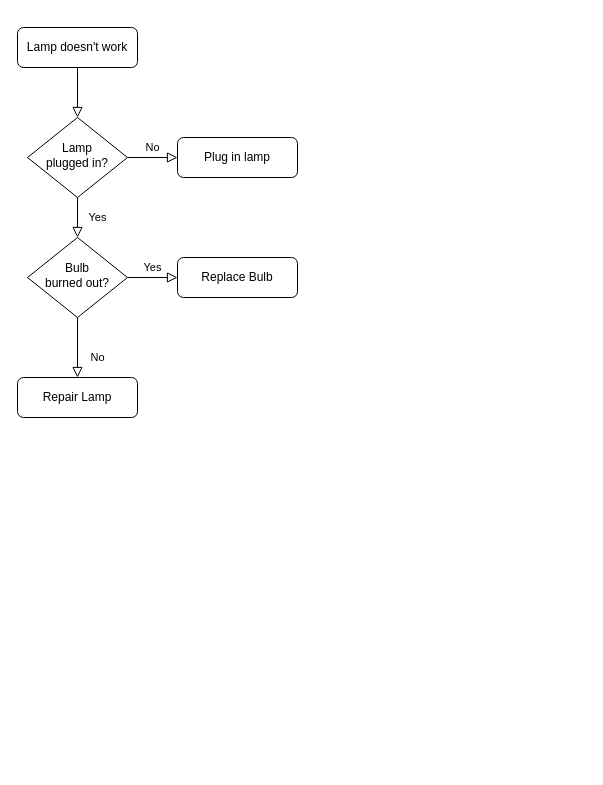
wzcsuxy/spinecenter keeps this draw.io diagram as 未命名绘图.drawio. Above is the earlier version. Source tidied: cells renumbered, new cells numbered last; positions are measured from the earlier drawing's top-left corner, leaving out a move shared by most shapes. Both pictures are drawn from the tidied source at 100%, with x=0, y=0 at pixel (17, 27).
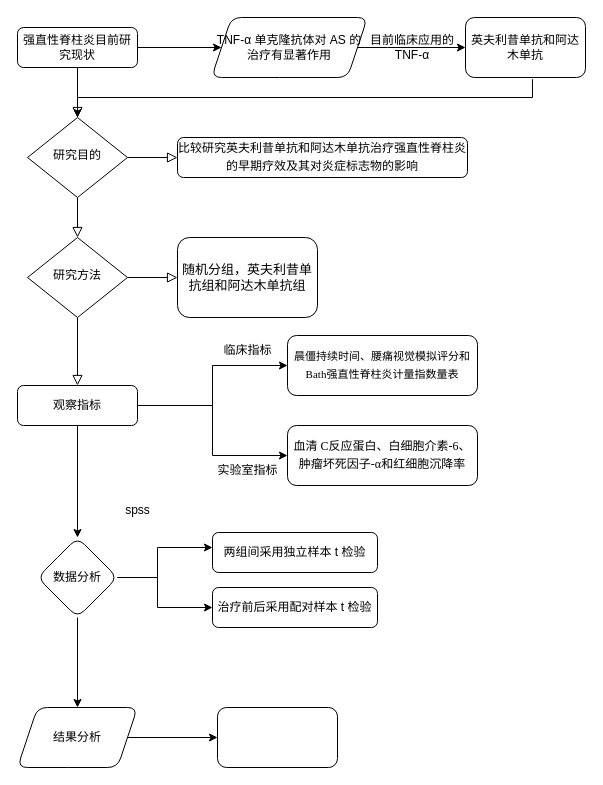
The same page after the edit.

Commit message:
更新未命名绘图.drawio

What changed in the source:
```diff
@@
-    <mxCell id="2" style="rounded=0;html=1;jettySize=auto;fontSize=11;endArrow=block;endFill=0;endSize=8;strokeWidth=1;shadow=0;labelBackgroundColor=none;edgeStyle=orthogonalEdgeStyle;" parent="1" edge="1" source="3" target="6">
-      <mxGeometry relative="1" as="geometry" />
+    <mxCell id="2" style="rounded=0;html=1;jettySize=auto;fontSize=11;endArrow=block;endFill=0;endSize=8;strokeWidth=1;shadow=0;labelBackgroundColor=none;edgeStyle=orthogonalEdgeStyle;exitX=0.558;exitY=1.028;exitDx=0;exitDy=0;exitPerimeter=0;" parent="1" edge="1" source="20" target="6">
+      <mxGeometry relative="1" as="geometry">
+        <Array as="points">
+          <mxPoint x="515" y="70" />
+          <mxPoint x="60" y="70" />
+        </Array>
+      </mxGeometry>
     </mxCell>
+    <mxCell id="13" style="edgeStyle=orthogonalEdgeStyle;rounded=0;jettySize=auto;html=1;" parent="1" edge="1" source="3" target="19">
+      <mxGeometry relative="1" as="geometry" />
+    </mxCell>
+    <mxCell id="14" style="edgeStyle=orthogonalEdgeStyle;rounded=0;jettySize=auto;html=1;" parent="1" edge="1" source="3" target="6">
+      <mxGeometry relative="1" as="geometry" />
+    </mxCell>
-    <mxCell id="3" value="Lamp doesn't work" style="rounded=1;whiteSpace=wrap;html=1;fontSize=12;glass=0;strokeWidth=1;shadow=0;" parent="1" vertex="1">
+    <mxCell id="3" value="强直性脊柱炎目前研究现状" style="rounded=1;whiteSpace=wrap;html=1;fontSize=12;glass=0;strokeWidth=1;shadow=0;" parent="1" vertex="1">
       <mxGeometry width="120" height="40" as="geometry" />
     </mxCell>
-    <mxCell id="4" value="Yes" style="rounded=0;html=1;jettySize=auto;fontSize=11;endArrow=block;endFill=0;endSize=8;strokeWidth=1;shadow=0;labelBackgroundColor=none;edgeStyle=orthogonalEdgeStyle;" parent="1" edge="1" source="6" target="10">
+    <mxCell id="4" style="rounded=0;html=1;jettySize=auto;fontSize=11;endArrow=block;endFill=0;endSize=8;strokeWidth=1;shadow=0;labelBackgroundColor=none;edgeStyle=orthogonalEdgeStyle;" parent="1" edge="1" source="6" target="10">
       <mxGeometry y="20" relative="1" as="geometry" />
     </mxCell>
-    <mxCell id="5" value="No" style="edgeStyle=orthogonalEdgeStyle;rounded=0;html=1;jettySize=auto;fontSize=11;endArrow=block;endFill=0;endSize=8;strokeWidth=1;shadow=0;labelBackgroundColor=none;" parent="1" edge="1" source="6" target="7">
+    <mxCell id="5" style="edgeStyle=orthogonalEdgeStyle;rounded=0;html=1;jettySize=auto;fontSize=11;endArrow=block;endFill=0;endSize=8;strokeWidth=1;shadow=0;labelBackgroundColor=none;" parent="1" edge="1" source="6" target="7">
       <mxGeometry y="10" relative="1" as="geometry" />
     </mxCell>
-    <mxCell id="6" value="Lamp&lt;br&gt;plugged in?" style="rhombus;whiteSpace=wrap;html=1;shadow=0;fontFamily=Helvetica;fontSize=12;align=center;strokeWidth=1;spacing=6;spacingTop=-4;" parent="1" vertex="1">
+    <mxCell id="6" value="研究目的" style="rhombus;whiteSpace=wrap;html=1;shadow=0;fontFamily=Helvetica;fontSize=12;align=center;strokeWidth=1;spacing=6;spacingTop=-4;" parent="1" vertex="1">
       <mxGeometry x="10" y="90" width="100" height="80" as="geometry" />
     </mxCell>
-    <mxCell id="7" value="Plug in lamp" style="rounded=1;whiteSpace=wrap;html=1;fontSize=12;glass=0;strokeWidth=1;shadow=0;" parent="1" vertex="1">
-      <mxGeometry x="160" y="110" width="120" height="40" as="geometry" />
+    <mxCell id="7" value="比较研究英夫利昔单抗和阿达木单抗治疗强直性脊柱炎的早期疗效及其对炎症标志物的影响&lt;span style=&quot;font-size: medium; text-align: start;&quot;&gt;&lt;/span&gt;" style="rounded=1;whiteSpace=wrap;html=1;fontSize=12;glass=0;strokeWidth=1;shadow=0;" parent="1" vertex="1">
+      <mxGeometry x="160" y="110" width="290" height="40" as="geometry" />
     </mxCell>
-    <mxCell id="8" value="No" style="rounded=0;html=1;jettySize=auto;fontSize=11;endArrow=block;endFill=0;endSize=8;strokeWidth=1;shadow=0;labelBackgroundColor=none;edgeStyle=orthogonalEdgeStyle;" parent="1" edge="1" source="10" target="11">
+    <mxCell id="8" style="rounded=0;html=1;jettySize=auto;fontSize=11;endArrow=block;endFill=0;endSize=8;strokeWidth=1;shadow=0;labelBackgroundColor=none;edgeStyle=orthogonalEdgeStyle;" parent="1" edge="1" source="10" target="11">
       <mxGeometry x="0.33" y="20" relative="1" as="geometry" />
     </mxCell>
-    <mxCell id="9" value="Yes" style="edgeStyle=orthogonalEdgeStyle;rounded=0;html=1;jettySize=auto;fontSize=11;endArrow=block;endFill=0;endSize=8;strokeWidth=1;shadow=0;labelBackgroundColor=none;" parent="1" edge="1" source="10" target="12">
+    <mxCell id="9" style="edgeStyle=orthogonalEdgeStyle;rounded=0;html=1;jettySize=auto;fontSize=11;endArrow=block;endFill=0;endSize=8;strokeWidth=1;shadow=0;labelBackgroundColor=none;" parent="1" edge="1" source="10" target="12">
       <mxGeometry y="10" relative="1" as="geometry" />
     </mxCell>
-    <mxCell id="10" value="Bulb&lt;br&gt;burned out?" style="rhombus;whiteSpace=wrap;html=1;shadow=0;fontFamily=Helvetica;fontSize=12;align=center;strokeWidth=1;spacing=6;spacingTop=-4;" parent="1" vertex="1">
+    <mxCell id="10" value="研究方法" style="rhombus;whiteSpace=wrap;html=1;shadow=0;fontFamily=Helvetica;fontSize=12;align=center;strokeWidth=1;spacing=6;spacingTop=-4;" parent="1" vertex="1">
       <mxGeometry x="10" y="210" width="100" height="80" as="geometry" />
     </mxCell>
+    <mxCell id="15" style="edgeStyle=orthogonalEdgeStyle;rounded=0;jettySize=auto;html=1;" parent="1" edge="1" source="11" target="22">
+      <mxGeometry relative="1" as="geometry" />
+    </mxCell>
+    <mxCell id="16" style="edgeStyle=orthogonalEdgeStyle;rounded=0;jettySize=auto;html=1;entryX=0;entryY=0.5;entryDx=0;entryDy=0;" parent="1" edge="1" source="11" target="24">
+      <mxGeometry relative="1" as="geometry" />
+    </mxCell>
+    <mxCell id="17" style="edgeStyle=orthogonalEdgeStyle;rounded=0;jettySize=auto;html=1;" parent="1" edge="1" source="11" target="29">
+      <mxGeometry relative="1" as="geometry" />
+    </mxCell>
-    <mxCell id="11" value="Repair Lamp" style="rounded=1;whiteSpace=wrap;html=1;fontSize=12;glass=0;strokeWidth=1;shadow=0;" parent="1" vertex="1">
-      <mxGeometry y="350" width="120" height="40" as="geometry" />
+    <mxCell id="11" value="观察指标" style="rounded=1;whiteSpace=wrap;html=1;fontSize=12;glass=0;strokeWidth=1;shadow=0;" parent="1" vertex="1">
+      <mxGeometry y="358" width="120" height="40" as="geometry" />
     </mxCell>
-    <mxCell id="12" value="Replace Bulb" style="rounded=1;whiteSpace=wrap;html=1;fontSize=12;glass=0;strokeWidth=1;shadow=0;" parent="1" vertex="1">
-      <mxGeometry x="160" y="230" width="120" height="40" as="geometry" />
+    <mxCell id="12" value="&lt;div style=&quot;text-align: center;&quot;&gt;&lt;span style=&quot;font-family: 宋体; text-align: start; font-size: 13px; background-color: transparent;&quot;&gt;随机分组，英夫利昔单抗组和阿达木单抗组&lt;/span&gt;&lt;/div&gt;&lt;span style=&quot;font-size: medium; text-align: start;&quot;&gt;&lt;/span&gt;" style="rounded=1;whiteSpace=wrap;html=1;fontSize=12;glass=0;strokeWidth=1;shadow=0;" parent="1" vertex="1">
+      <mxGeometry x="160" y="210" width="140" height="80" as="geometry" />
     </mxCell>
+    <mxCell id="18" style="edgeStyle=orthogonalEdgeStyle;rounded=0;jettySize=auto;html=1;" parent="1" edge="1" source="19" target="20">
+      <mxGeometry relative="1" as="geometry">
+        <Array as="points">
+          <mxPoint x="370" y="20" />
+          <mxPoint x="370" y="20" />
+        </Array>
+      </mxGeometry>
+    </mxCell>
+    <mxCell id="19" value="TNF-α 单克隆抗体对 AS 的治疗有显著作用" style="shape=parallelogram;perimeter=parallelogramPerimeter;whiteSpace=wrap;html=1;fixedSize=1;rounded=1;glass=0;strokeWidth=1;shadow=0;" parent="1" vertex="1">
+      <mxGeometry x="194" y="-10" width="156" height="60" as="geometry" />
+    </mxCell>
+    <mxCell id="20" value="英夫利昔单抗和阿达木单抗" style="rounded=1;whiteSpace=wrap;html=1;glass=0;strokeWidth=1;shadow=0;" parent="1" vertex="1">
+      <mxGeometry x="448" y="-10" width="120" height="60" as="geometry" />
+    </mxCell>
+    <mxCell id="21" value="目前临床应用的TNF-α" style="text;strokeColor=none;align=center;fillColor=none;html=1;verticalAlign=middle;whiteSpace=wrap;rounded=0;" parent="1" vertex="1">
+      <mxGeometry x="350" y="5" width="90" height="30" as="geometry" />
+    </mxCell>
+    <mxCell id="22" value="&lt;font style=&quot;font-size: 11px;&quot;&gt;晨僵持续时间、腰痛视觉模拟评分和&lt;span style=&quot;text-align: start; font-family: &amp;quot;Times New Roman&amp;quot;, serif; font-size: 11px;&quot; lang=&quot;EN-US&quot;&gt;Bath&lt;/span&gt;&lt;span style=&quot;text-align: start; font-family: 宋体; font-size: 11px;&quot;&gt;强直性脊柱炎计量指数量表&lt;/span&gt;&lt;/font&gt;&lt;span style=&quot;font-size: medium; text-align: start;&quot;&gt;&lt;/span&gt;" style="whiteSpace=wrap;html=1;rounded=1;glass=0;strokeWidth=1;shadow=0;" parent="1" vertex="1">
+      <mxGeometry x="270" y="308" width="190" height="60" as="geometry" />
+    </mxCell>
+    <mxCell id="23" value="临床指标" style="text;html=1;align=center;verticalAlign=middle;strokeColor=none;fillColor=none;" parent="1" vertex="1">
+      <mxGeometry x="195" y="308" width="70" height="30" as="geometry" />
+    </mxCell>
+    <mxCell id="24" value="&lt;font style=&quot;font-size: 12px;&quot;&gt;血清&lt;span style=&quot;text-align: start; font-family: &amp;quot;Times New Roman&amp;quot;, serif;&quot; lang=&quot;EN-US&quot;&gt; C&lt;/span&gt;&lt;span style=&quot;text-align: start; font-family: 宋体;&quot;&gt;反应蛋白、白细胞介素&lt;/span&gt;&lt;span style=&quot;text-align: start; font-family: &amp;quot;Times New Roman&amp;quot;, serif;&quot; lang=&quot;EN-US&quot;&gt;-6&lt;/span&gt;&lt;span style=&quot;text-align: start; font-family: 宋体;&quot;&gt;、肿瘤坏死因子&lt;/span&gt;&lt;span style=&quot;text-align: start; font-family: &amp;quot;Times New Roman&amp;quot;, serif;&quot; lang=&quot;EN-US&quot;&gt;-α&lt;/span&gt;&lt;span style=&quot;text-align: start; font-family: 宋体;&quot;&gt;和红细胞沉降率&lt;/span&gt;&lt;/font&gt;&lt;span style=&quot;font-size: medium; text-align: start;&quot;&gt;&lt;/span&gt;" style="whiteSpace=wrap;html=1;rounded=1;glass=0;strokeWidth=1;shadow=0;" parent="1" vertex="1">
+      <mxGeometry x="270" y="398" width="190" height="60" as="geometry" />
+    </mxCell>
+    <mxCell id="25" value="实验室指标" style="text;html=1;align=center;verticalAlign=middle;strokeColor=none;fillColor=none;" parent="1" vertex="1">
+      <mxGeometry x="190" y="428" width="80" height="30" as="geometry" />
+    </mxCell>
+    <mxCell id="26" style="edgeStyle=orthogonalEdgeStyle;rounded=0;jettySize=auto;html=1;" parent="1" edge="1" source="29" target="31">
+      <mxGeometry relative="1" as="geometry">
+        <Array as="points">
+          <mxPoint x="140" y="550" />
+          <mxPoint x="140" y="520" />
+        </Array>
+      </mxGeometry>
+    </mxCell>
+    <mxCell id="27" style="edgeStyle=orthogonalEdgeStyle;rounded=0;jettySize=auto;html=1;" parent="1" edge="1" source="29" target="32">
+      <mxGeometry relative="1" as="geometry">
+        <Array as="points">
+          <mxPoint x="140" y="550" />
+        </Array>
+      </mxGeometry>
+    </mxCell>
+    <mxCell id="28" style="edgeStyle=orthogonalEdgeStyle;rounded=0;jettySize=auto;html=1;" parent="1" edge="1" source="29" target="34">
+      <mxGeometry relative="1" as="geometry" />
+    </mxCell>
+    <mxCell id="29" value="数据分析" style="rhombus;whiteSpace=wrap;html=1;rounded=1;glass=0;strokeWidth=1;shadow=0;" parent="1" vertex="1">
+      <mxGeometry x="20" y="510" width="80" height="80" as="geometry" />
+    </mxCell>
+    <mxCell id="30" value="spss" style="text;html=1;align=center;verticalAlign=middle;strokeColor=none;fillColor=none;" parent="1" vertex="1">
+      <mxGeometry x="95" y="468" width="50" height="30" as="geometry" />
+    </mxCell>
+    <mxCell id="31" value="两组间采用独立样本 t 检验" style="whiteSpace=wrap;html=1;rounded=1;glass=0;strokeWidth=1;shadow=0;" parent="1" vertex="1">
+      <mxGeometry x="195" y="505" width="165" height="40" as="geometry" />
+    </mxCell>
+    <mxCell id="32" value="治疗前后采用配对样本 t 检验" style="whiteSpace=wrap;html=1;rounded=1;glass=0;strokeWidth=1;shadow=0;" parent="1" vertex="1">
+      <mxGeometry x="195" y="560" width="165" height="40" as="geometry" />
+    </mxCell>
+    <mxCell id="33" style="edgeStyle=orthogonalEdgeStyle;rounded=0;jettySize=auto;html=1;" parent="1" edge="1" source="34" target="35">
+      <mxGeometry relative="1" as="geometry" />
+    </mxCell>
+    <mxCell id="34" value="结果分析" style="shape=parallelogram;perimeter=parallelogramPerimeter;whiteSpace=wrap;html=1;fixedSize=1;rounded=1;glass=0;strokeWidth=1;shadow=0;" parent="1" vertex="1">
+      <mxGeometry y="680" width="120" height="60" as="geometry" />
+    </mxCell>
+    <mxCell id="35" style="whiteSpace=wrap;html=1;rounded=1;glass=0;strokeWidth=1;shadow=0;" parent="1" vertex="1">
+      <mxGeometry x="200" y="680" width="120" height="60" as="geometry" />
+    </mxCell>
```
